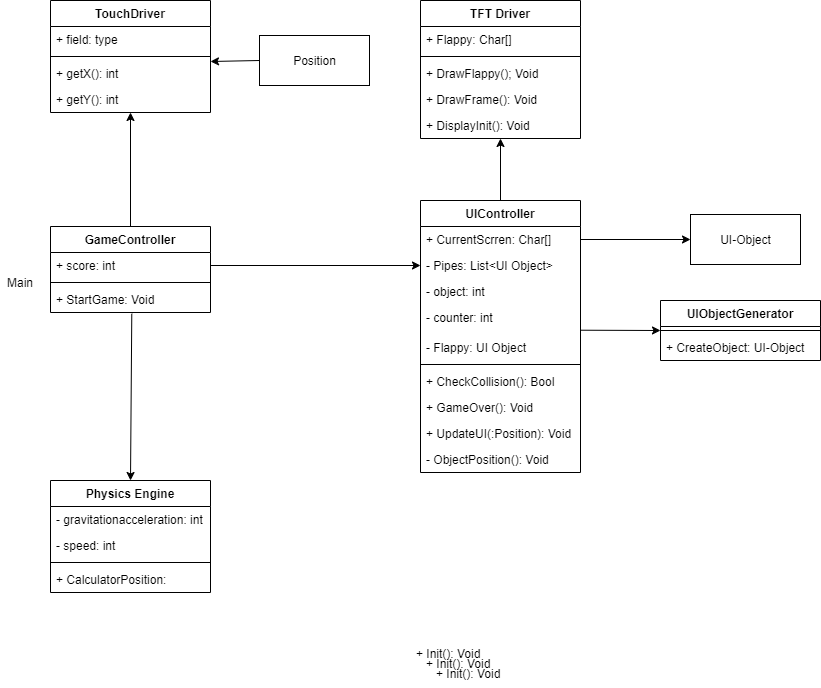
This is Projekt/Flappy_2.png from Valdemartt/AMS, a draw.io export, as it was before one commit. Source tidied: cells renumbered, new cells last; positions are measured from the earlier drawing's top-left corner, leaving out a move shared by most shapes.
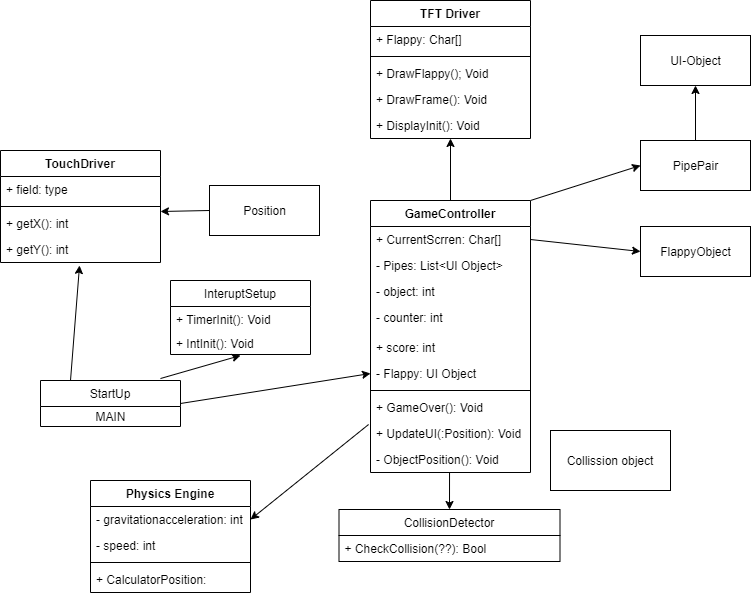
After the commit.

What changed in the source:
```diff
@@ -2,34 +2,10 @@
   <root>
     <mxCell id="0" />
     <mxCell id="1" parent="0" />
-    <mxCell id="2" value="TouchDriver" style="swimlane;fontStyle=1;align=center;verticalAlign=top;horizontal=1;startSize=26;" parent="1" vertex="1">
-      <mxGeometry x="50" width="160" height="112" as="geometry" />
-    </mxCell>
-    <mxCell id="3" value="+ field: type" style="text;strokeColor=none;fillColor=none;align=left;verticalAlign=top;spacingLeft=4;spacingRight=4;overflow=hidden;" parent="2" vertex="1">
-      <mxGeometry y="26" width="160" height="26" as="geometry" />
-    </mxCell>
-    <mxCell id="4" style="line;strokeWidth=1;fillColor=none;align=left;verticalAlign=middle;spacingTop=-1;spacingLeft=3;spacingRight=3;labelPosition=right;" parent="2" vertex="1">
-      <mxGeometry y="52" width="160" height="8" as="geometry" />
-    </mxCell>
-    <mxCell id="5" value="+ getX(): int" style="text;strokeColor=none;fillColor=none;align=left;verticalAlign=top;spacingLeft=4;spacingRight=4;overflow=hidden;" parent="2" vertex="1">
-      <mxGeometry y="60" width="160" height="26" as="geometry" />
-    </mxCell>
-    <mxCell id="6" value="+ getY(): int" style="text;strokeColor=none;fillColor=none;align=left;verticalAlign=top;spacingLeft=4;spacingRight=4;overflow=hidden;points=[[0,0.5],[1,0.5]];portConstraint=eastwest;" parent="2" vertex="1">
-      <mxGeometry y="86" width="160" height="26" as="geometry" />
-    </mxCell>
-    <mxCell id="7" value="+ Init(): Void" style="text;strokeColor=none;fillColor=none;align=left;verticalAlign=top;spacingLeft=4;spacingRight=4;overflow=hidden;" parent="1" vertex="1">
-      <mxGeometry x="410" y="640" width="160" height="26" as="geometry" />
-    </mxCell>
-    <mxCell id="8" value="+ Init(): Void" style="text;strokeColor=none;fillColor=none;align=left;verticalAlign=top;spacingLeft=4;spacingRight=4;overflow=hidden;" parent="1" vertex="1">
-      <mxGeometry x="420" y="650" width="160" height="26" as="geometry" />
-    </mxCell>
-    <mxCell id="9" value="+ Init(): Void" style="text;strokeColor=none;fillColor=none;align=left;verticalAlign=top;spacingLeft=4;spacingRight=4;overflow=hidden;" parent="1" vertex="1">
-      <mxGeometry x="430" y="660" width="160" height="24" as="geometry" />
-    </mxCell>
     <mxCell id="10" value="UI-Object" style="html=1;" parent="1" vertex="1">
-      <mxGeometry x="690" y="214" width="110" height="50" as="geometry" />
+      <mxGeometry x="690" y="35" width="110" height="50" as="geometry" />
     </mxCell>
-    <mxCell id="11" style="endArrow=classic;html=1;entryX=0;entryY=0.5;entryDx=0;entryDy=0;exitX=1;exitY=0.5;exitDx=0;exitDy=0;" parent="1" edge="1" source="20" target="10">
+    <mxCell id="11" style="endArrow=classic;html=1;exitX=1;exitY=0;exitDx=0;exitDy=0;entryX=0;entryY=0.5;entryDx=0;entryDy=0;" parent="1" edge="1" source="19" target="51">
       <mxGeometry relative="1" as="geometry" />
     </mxCell>
     <mxCell id="12" style="endArrow=classic;html=1;exitX=0.5;exitY=0;exitDx=0;exitDy=0;" parent="1" edge="1" source="19" target="18">
@@ -53,7 +29,7 @@
     <mxCell id="18" value="+ DisplayInit(): Void" style="text;strokeColor=none;fillColor=none;align=left;verticalAlign=top;spacingLeft=4;spacingRight=4;overflow=hidden;points=[[0,0.5],[1,0.5]];portConstraint=eastwest;" parent="13" vertex="1">
       <mxGeometry y="112" width="160" height="26" as="geometry" />
     </mxCell>
-    <mxCell id="19" value="UIController" style="swimlane;fontStyle=1;align=center;verticalAlign=top;horizontal=1;startSize=26;" parent="1" vertex="1">
+    <mxCell id="19" value="GameController" style="swimlane;fontStyle=1;align=center;verticalAlign=top;horizontal=1;startSize=26;" parent="1" vertex="1">
       <mxGeometry x="420" y="200" width="160" height="272" as="geometry" />
     </mxCell>
     <mxCell id="20" value="+ CurrentScrren: Char[]" style="text;strokeColor=none;fillColor=none;align=left;verticalAlign=top;spacingLeft=4;spacingRight=4;overflow=hidden;points=[[0,0.5],[1,0.5]];portConstraint=eastwest;" parent="19" vertex="1">
@@ -68,15 +44,15 @@
     <mxCell id="23" value="- counter: int" style="text;strokeColor=none;fillColor=none;align=left;verticalAlign=top;spacingLeft=4;spacingRight=4;overflow=hidden;" parent="19" vertex="1">
       <mxGeometry y="104" width="160" height="30" as="geometry" />
     </mxCell>
+    <mxCell id="32" value="+ score: int" style="text;strokeColor=none;fillColor=none;align=left;verticalAlign=top;spacingLeft=4;spacingRight=4;overflow=hidden;points=[[0,0.5],[1,0.5]];portConstraint=eastwest;" parent="19" vertex="1">
+      <mxGeometry y="134" width="160" height="26" as="geometry" />
+    </mxCell>
     <mxCell id="24" value="- Flappy: UI Object&#10;" style="text;strokeColor=none;fillColor=none;align=left;verticalAlign=top;spacingLeft=4;spacingRight=4;overflow=hidden;points=[[0,0.5],[1,0.5]];portConstraint=eastwest;" parent="19" vertex="1">
-      <mxGeometry y="134" width="160" height="26" as="geometry" />
+      <mxGeometry y="160" width="160" height="26" as="geometry" />
     </mxCell>
     <mxCell id="25" style="line;strokeWidth=1;fillColor=none;align=left;verticalAlign=middle;spacingTop=-1;spacingLeft=3;spacingRight=3;labelPosition=right;" parent="19" vertex="1">
-      <mxGeometry y="160" width="160" height="8" as="geometry" />
+      <mxGeometry y="186" width="160" height="8" as="geometry" />
     </mxCell>
-    <mxCell id="26" value="+ CheckCollision(): Bool" style="text;strokeColor=none;fillColor=none;align=left;verticalAlign=top;spacingLeft=4;spacingRight=4;overflow=hidden;" parent="19" vertex="1">
-      <mxGeometry y="168" width="160" height="26" as="geometry" />
-    </mxCell>
     <mxCell id="27" value="+ GameOver(): Void" style="text;strokeColor=none;fillColor=none;align=left;verticalAlign=top;spacingLeft=4;spacingRight=4;overflow=hidden;points=[[0,0.5],[1,0.5]];portConstraint=eastwest;" parent="19" vertex="1">
       <mxGeometry y="194" width="160" height="26" as="geometry" />
     </mxCell>
@@ -86,23 +62,39 @@
     <mxCell id="29" value="- ObjectPosition(): Void" style="text;strokeColor=none;fillColor=none;align=left;verticalAlign=top;spacingLeft=4;spacingRight=4;overflow=hidden;points=[[0,0.5],[1,0.5]];portConstraint=eastwest;" parent="19" vertex="1">
       <mxGeometry y="246" width="160" height="26" as="geometry" />
     </mxCell>
-    <mxCell id="30" style="endArrow=classic;html=1;exitX=0.5;exitY=0;exitDx=0;exitDy=0;" parent="1" edge="1" source="31" target="6">
-      <mxGeometry relative="1" as="geometry" />
+    <mxCell id="30" style="endArrow=classic;html=1;exitX=0.5;exitY=0;exitDx=0;exitDy=0;entryX=0.494;entryY=1.115;entryDx=0;entryDy=0;entryPerimeter=0;" parent="1" edge="1" target="6">
+      <mxGeometry relative="1" as="geometry">
+        <mxPoint x="120" y="380" as="sourcePoint" />
+      </mxGeometry>
     </mxCell>
-    <mxCell id="31" value="GameController" style="swimlane;fontStyle=1;align=center;verticalAlign=top;horizontal=1;startSize=26;" parent="1" vertex="1">
-      <mxGeometry x="50" y="226" width="160" height="86" as="geometry" />
-    </mxCell>
-    <mxCell id="32" value="+ score: int" style="text;strokeColor=none;fillColor=none;align=left;verticalAlign=top;spacingLeft=4;spacingRight=4;overflow=hidden;points=[[0,0.5],[1,0.5]];portConstraint=eastwest;" parent="31" vertex="1">
-      <mxGeometry y="26" width="160" height="26" as="geometry" />
-    </mxCell>
-    <mxCell id="33" style="line;strokeWidth=1;fillColor=none;align=left;verticalAlign=middle;spacingTop=-1;spacingLeft=3;spacingRight=3;labelPosition=right;" parent="31" vertex="1">
-      <mxGeometry y="52" width="160" height="8" as="geometry" />
-    </mxCell>
-    <mxCell id="34" value="+ StartGame: Void" style="text;strokeColor=none;fillColor=none;align=left;verticalAlign=top;spacingLeft=4;spacingRight=4;overflow=hidden;points=[[0,0.5],[1,0.5]];portConstraint=eastwest;" parent="31" vertex="1">
-      <mxGeometry y="60" width="160" height="26" as="geometry" />
-    </mxCell>
+    <mxCell id="42" style="endArrow=classic;html=1;exitX=-0.012;exitY=1.154;exitDx=0;exitDy=0;entryX=1;entryY=0.5;entryDx=0;entryDy=0;exitPerimeter=0;" parent="1" edge="1" source="27" target="36">
+      <mxGeometry relative="1" as="geometry" />
+    </mxCell>
+    <mxCell id="43" value="Position" style="html=1;" parent="1" vertex="1">
+      <mxGeometry x="259" y="185" width="110" height="50" as="geometry" />
+    </mxCell>
+    <mxCell id="44" style="endArrow=classic;html=1;exitX=0;exitY=0.5;exitDx=0;exitDy=0;" parent="1" edge="1" source="43">
+      <mxGeometry relative="1" as="geometry">
+        <mxPoint x="210" y="211" as="targetPoint" />
+      </mxGeometry>
+    </mxCell>
+    <mxCell id="49" value="FlappyObject" style="html=1;" parent="1" vertex="1">
+      <mxGeometry x="690" y="226" width="110" height="50" as="geometry" />
+    </mxCell>
+    <mxCell id="50" style="endArrow=classic;html=1;entryX=0;entryY=0.5;entryDx=0;entryDy=0;exitX=1;exitY=0.5;exitDx=0;exitDy=0;" parent="1" edge="1" source="20" target="49">
+      <mxGeometry relative="1" as="geometry" />
+    </mxCell>
+    <mxCell id="51" value="PipePair" style="html=1;" parent="1" vertex="1">
+      <mxGeometry x="690" y="140" width="110" height="50" as="geometry" />
+    </mxCell>
+    <mxCell id="52" style="endArrow=classic;html=1;exitX=0.5;exitY=0;exitDx=0;exitDy=0;entryX=0.5;entryY=1;entryDx=0;entryDy=0;" parent="1" edge="1" source="51" target="10">
+      <mxGeometry relative="1" as="geometry" />
+    </mxCell>
+    <mxCell id="53" style="endArrow=classic;html=1;exitX=0.494;exitY=1;exitDx=0;exitDy=0;exitPerimeter=0;entryX=0.5;entryY=0;entryDx=0;entryDy=0;" parent="1" edge="1" source="29" target="55">
+      <mxGeometry relative="1" as="geometry" />
+    </mxCell>
     <mxCell id="35" value="Physics Engine" style="swimlane;fontStyle=1;align=center;verticalAlign=top;horizontal=1;startSize=26;" parent="1" vertex="1">
-      <mxGeometry x="50" y="480" width="160" height="112" as="geometry" />
+      <mxGeometry x="140" y="480" width="160" height="112" as="geometry" />
     </mxCell>
     <mxCell id="36" value="- gravitationacceleration: int" style="text;strokeColor=none;fillColor=none;align=left;verticalAlign=top;spacingLeft=4;spacingRight=4;overflow=hidden;points=[[0,0.5],[1,0.5]];portConstraint=eastwest;" parent="35" vertex="1">
       <mxGeometry y="26" width="160" height="26" as="geometry" />
@@ -116,34 +108,50 @@
     <mxCell id="39" value="+ CalculatorPosition: " style="text;strokeColor=none;fillColor=none;align=left;verticalAlign=top;spacingLeft=4;spacingRight=4;overflow=hidden;" parent="35" vertex="1">
       <mxGeometry y="86" width="160" height="26" as="geometry" />
     </mxCell>
-    <mxCell id="40" value="Main" style="text;html=1;strokeColor=none;fillColor=none;align=center;verticalAlign=middle;whiteSpace=wrap;rounded=0;" parent="1" vertex="1">
-      <mxGeometry y="272" width="40" height="20" as="geometry" />
-    </mxCell>
-    <mxCell id="41" style="endArrow=classic;html=1;entryX=0;entryY=0.5;entryDx=0;entryDy=0;exitX=1;exitY=0.5;exitDx=0;exitDy=0;" parent="1" edge="1" source="32" target="21">
-      <mxGeometry relative="1" as="geometry" />
-    </mxCell>
-    <mxCell id="42" style="endArrow=classic;html=1;entryX=0.5;entryY=0;entryDx=0;entryDy=0;exitX=0.508;exitY=1.048;exitDx=0;exitDy=0;exitPerimeter=0;" parent="1" edge="1" source="34" target="35">
-      <mxGeometry relative="1" as="geometry" />
-    </mxCell>
-    <mxCell id="43" value="Position" style="html=1;" parent="1" vertex="1">
-      <mxGeometry x="259" y="35" width="110" height="50" as="geometry" />
-    </mxCell>
-    <mxCell id="44" style="endArrow=classic;html=1;exitX=0;exitY=0.5;exitDx=0;exitDy=0;" parent="1" edge="1" source="43">
-      <mxGeometry relative="1" as="geometry">
-        <mxPoint x="210" y="61" as="targetPoint" />
-      </mxGeometry>
-    </mxCell>
-    <mxCell id="45" value="UIObjectGenerator" style="swimlane;fontStyle=1;align=center;verticalAlign=top;horizontal=1;startSize=26;" parent="1" vertex="1">
-      <mxGeometry x="660" y="300" width="160" height="60" as="geometry" />
-    </mxCell>
-    <mxCell id="46" style="line;strokeWidth=1;fillColor=none;align=left;verticalAlign=middle;spacingTop=-1;spacingLeft=3;spacingRight=3;labelPosition=right;" parent="45" vertex="1">
-      <mxGeometry y="26" width="160" height="8" as="geometry" />
-    </mxCell>
-    <mxCell id="47" value="+ CreateObject: UI-Object" style="text;strokeColor=none;fillColor=none;align=left;verticalAlign=top;spacingLeft=4;spacingRight=4;overflow=hidden;" parent="45" vertex="1">
-      <mxGeometry y="34" width="160" height="26" as="geometry" />
-    </mxCell>
-    <mxCell id="48" style="endArrow=classic;html=1;entryX=0;entryY=0.5;entryDx=0;entryDy=0;exitX=1.001;exitY=-0.165;exitDx=0;exitDy=0;exitPerimeter=0;" parent="1" edge="1" source="24" target="45">
-      <mxGeometry relative="1" as="geometry" />
-    </mxCell>
+    <mxCell id="54" style="endArrow=classic;html=1;exitX=1;exitY=0.5;exitDx=0;exitDy=0;entryX=0;entryY=0.5;entryDx=0;entryDy=0;" parent="1" edge="1" source="58" target="24">
+      <mxGeometry relative="1" as="geometry" />
+    </mxCell>
+    <mxCell id="55" value="CollisionDetector" style="swimlane;fontStyle=0;horizontal=1;startSize=26;fillColor=none;" parent="1" vertex="1">
+      <mxGeometry x="388.5" y="509" width="221" height="52" as="geometry" />
+    </mxCell>
+    <mxCell id="56" value="+ CheckCollision(??): Bool" style="text;strokeColor=none;fillColor=none;align=left;verticalAlign=top;spacingLeft=4;spacingRight=4;overflow=hidden;" parent="55" vertex="1">
+      <mxGeometry y="26" width="221" height="26" as="geometry" />
+    </mxCell>
+    <mxCell id="57" value="Collission object" style="rounded=0;whiteSpace=wrap;html=1;" parent="1" vertex="1">
+      <mxGeometry x="600" y="430" width="120" height="60" as="geometry" />
+    </mxCell>
+    <mxCell id="58" value="StartUp" style="swimlane;fontStyle=0;horizontal=1;startSize=26;fillColor=none;" parent="1" vertex="1">
+      <mxGeometry x="90" y="380" width="140" height="46" as="geometry" />
+    </mxCell>
+    <mxCell id="59" value="MAIN" style="text;html=1;align=center;verticalAlign=middle;" parent="58" vertex="1">
+      <mxGeometry y="26" width="140" height="20" as="geometry" />
+    </mxCell>
+    <mxCell id="60" style="endArrow=classic;html=1;exitX=0.857;exitY=-0.043;exitDx=0;exitDy=0;exitPerimeter=0;entryX=0.5;entryY=1.042;entryDx=0;entryDy=0;entryPerimeter=0;" parent="1" edge="1" source="58" target="62">
+      <mxGeometry relative="1" as="geometry" />
+    </mxCell>
+    <mxCell id="2" value="TouchDriver" style="swimlane;fontStyle=1;align=center;verticalAlign=top;horizontal=1;startSize=26;" parent="1" vertex="1">
+      <mxGeometry x="50" y="150" width="160" height="112" as="geometry" />
+    </mxCell>
+    <mxCell id="3" value="+ field: type" style="text;strokeColor=none;fillColor=none;align=left;verticalAlign=top;spacingLeft=4;spacingRight=4;overflow=hidden;" parent="2" vertex="1">
+      <mxGeometry y="26" width="160" height="26" as="geometry" />
+    </mxCell>
+    <mxCell id="4" style="line;strokeWidth=1;fillColor=none;align=left;verticalAlign=middle;spacingTop=-1;spacingLeft=3;spacingRight=3;labelPosition=right;" parent="2" vertex="1">
+      <mxGeometry y="52" width="160" height="8" as="geometry" />
+    </mxCell>
+    <mxCell id="5" value="+ getX(): int" style="text;strokeColor=none;fillColor=none;align=left;verticalAlign=top;spacingLeft=4;spacingRight=4;overflow=hidden;" parent="2" vertex="1">
+      <mxGeometry y="60" width="160" height="26" as="geometry" />
+    </mxCell>
+    <mxCell id="6" value="+ getY(): int" style="text;strokeColor=none;fillColor=none;align=left;verticalAlign=top;spacingLeft=4;spacingRight=4;overflow=hidden;points=[[0,0.5],[1,0.5]];portConstraint=eastwest;" parent="2" vertex="1">
+      <mxGeometry y="86" width="160" height="26" as="geometry" />
+    </mxCell>
+    <mxCell id="61" value="InteruptSetup" style="swimlane;fontStyle=0;horizontal=1;startSize=26;fillColor=none;" parent="1" vertex="1">
+      <mxGeometry x="220" y="280" width="140" height="74" as="geometry" />
+    </mxCell>
+    <mxCell id="9" value="+ TimerInit(): Void" style="text;strokeColor=none;fillColor=none;align=left;verticalAlign=top;spacingLeft=4;spacingRight=4;overflow=hidden;" parent="61" vertex="1">
+      <mxGeometry y="26" width="140" height="24" as="geometry" />
+    </mxCell>
+    <mxCell id="62" value="+ IntInit(): Void" style="text;strokeColor=none;fillColor=none;align=left;verticalAlign=top;spacingLeft=4;spacingRight=4;overflow=hidden;points=[[0,0.5],[1,0.5]];portConstraint=eastwest;" parent="61" vertex="1">
+      <mxGeometry y="50" width="140" height="24" as="geometry" />
+    </mxCell>
   </root>
 </mxGraphModel>
```
